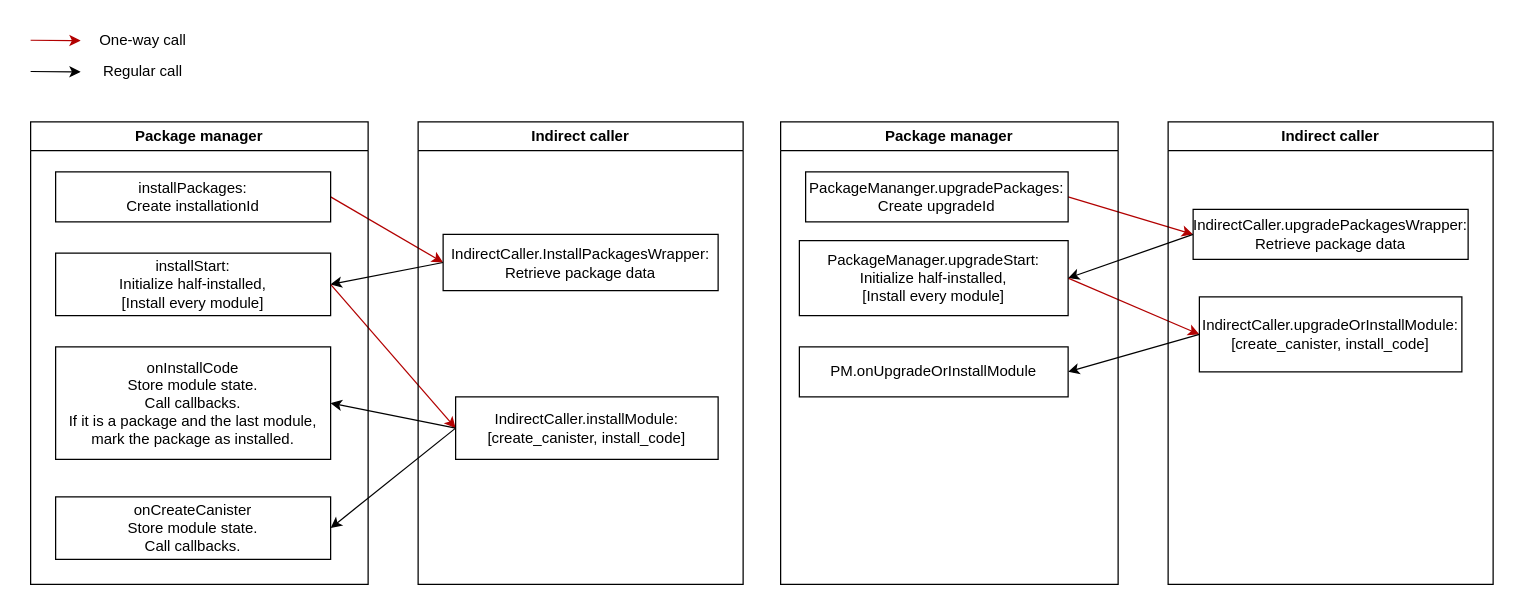
vporton/icp-package-manager keeps this draw.io diagram as page "Page-1" (1 of 2) of docs/calls.drawio. Above is the earlier version. Source tidied: cells renumbered, new cells numbered last; positions are measured from the earlier drawing's top-left corner, leaving out a move shared by most shapes. Both pictures are drawn from the tidied source at 125%, with x=0, y=0 at pixel (30, 21).
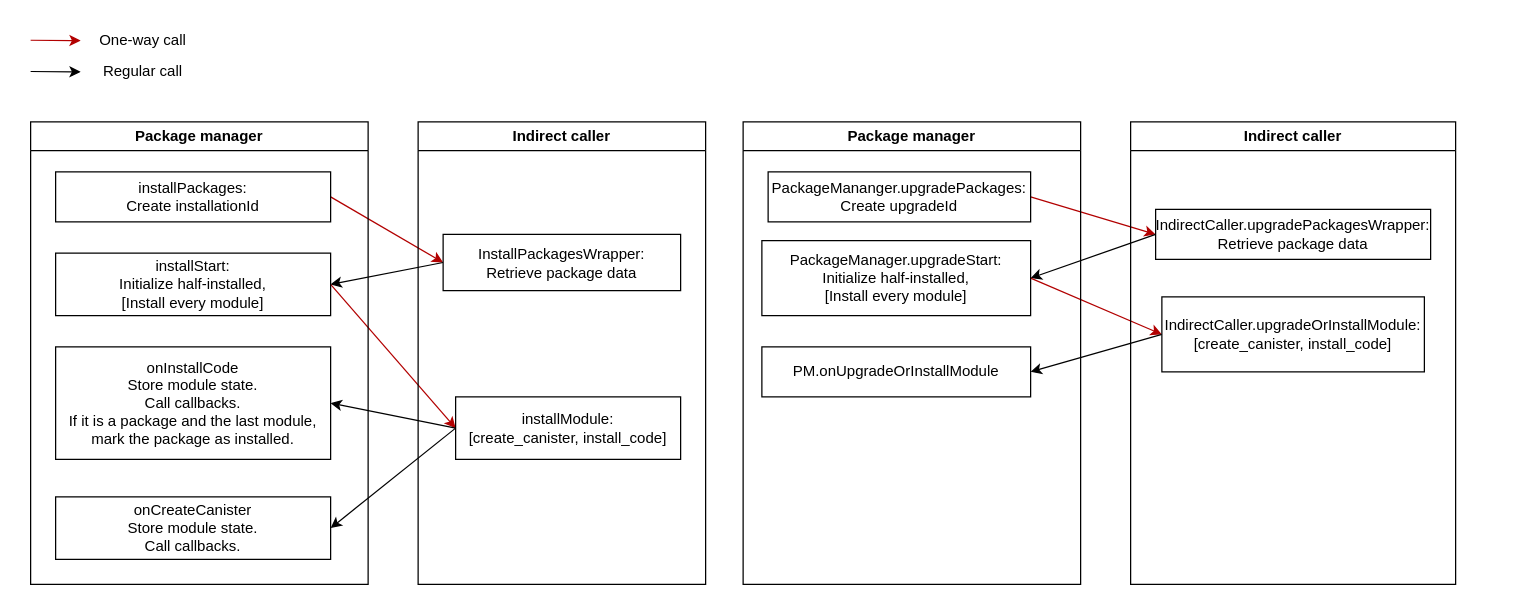
The same page after the edit.

Commit message:
make the diagram more compact

The edit, as a diff of the source:
```diff
@@
     <mxCell id="20" value="Indirect caller" style="swimlane;whiteSpace=wrap;html=1;" parent="1" vertex="1">
-      <mxGeometry x="310" y="80" width="260" height="370" as="geometry" />
+      <mxGeometry x="310" y="80" width="230" height="370" as="geometry" />
     </mxCell>
-    <mxCell id="21" value="&lt;div&gt;IndirectCaller.InstallPackagesWrapper:&lt;/div&gt;&lt;div&gt;Retrieve package data&lt;/div&gt;" style="rounded=0;whiteSpace=wrap;html=1;" parent="20" vertex="1">
-      <mxGeometry x="20" y="90" width="220" height="45" as="geometry" />
+    <mxCell id="21" value="&lt;div&gt;InstallPackagesWrapper:&lt;/div&gt;&lt;div&gt;Retrieve package data&lt;/div&gt;" style="rounded=0;whiteSpace=wrap;html=1;" parent="20" vertex="1">
+      <mxGeometry x="20" y="90" width="190" height="45" as="geometry" />
     </mxCell>
-    <mxCell id="22" value="&lt;div&gt;IndirectCaller.installModule:&lt;/div&gt;&lt;div&gt;[create_canister, install_code]&lt;/div&gt;" style="rounded=0;whiteSpace=wrap;html=1;" parent="20" vertex="1">
-      <mxGeometry x="30" y="220" width="210" height="50" as="geometry" />
+    <mxCell id="22" value="&lt;div&gt;&lt;span style=&quot;background-color: transparent; color: light-dark(rgb(0, 0, 0), rgb(255, 255, 255));&quot;&gt;installModule:&lt;/span&gt;&lt;/div&gt;&lt;div&gt;[create_canister, install_code]&lt;/div&gt;" style="rounded=0;whiteSpace=wrap;html=1;" parent="20" vertex="1">
+      <mxGeometry x="30" y="220" width="180" height="50" as="geometry" />
     </mxCell>
     <mxCell id="23" value="Package manager" style="swimlane;whiteSpace=wrap;html=1;" parent="1" vertex="1">
-      <mxGeometry x="600" y="80" width="270" height="370" as="geometry" />
+      <mxGeometry x="570" y="80" width="270" height="370" as="geometry" />
     </mxCell>
@@
     <mxCell id="27" value="Indirect caller" style="swimlane;whiteSpace=wrap;html=1;" parent="1" vertex="1">
-      <mxGeometry x="910" y="80" width="260" height="370" as="geometry" />
+      <mxGeometry x="880" y="80" width="260" height="370" as="geometry" />
     </mxCell>
```
